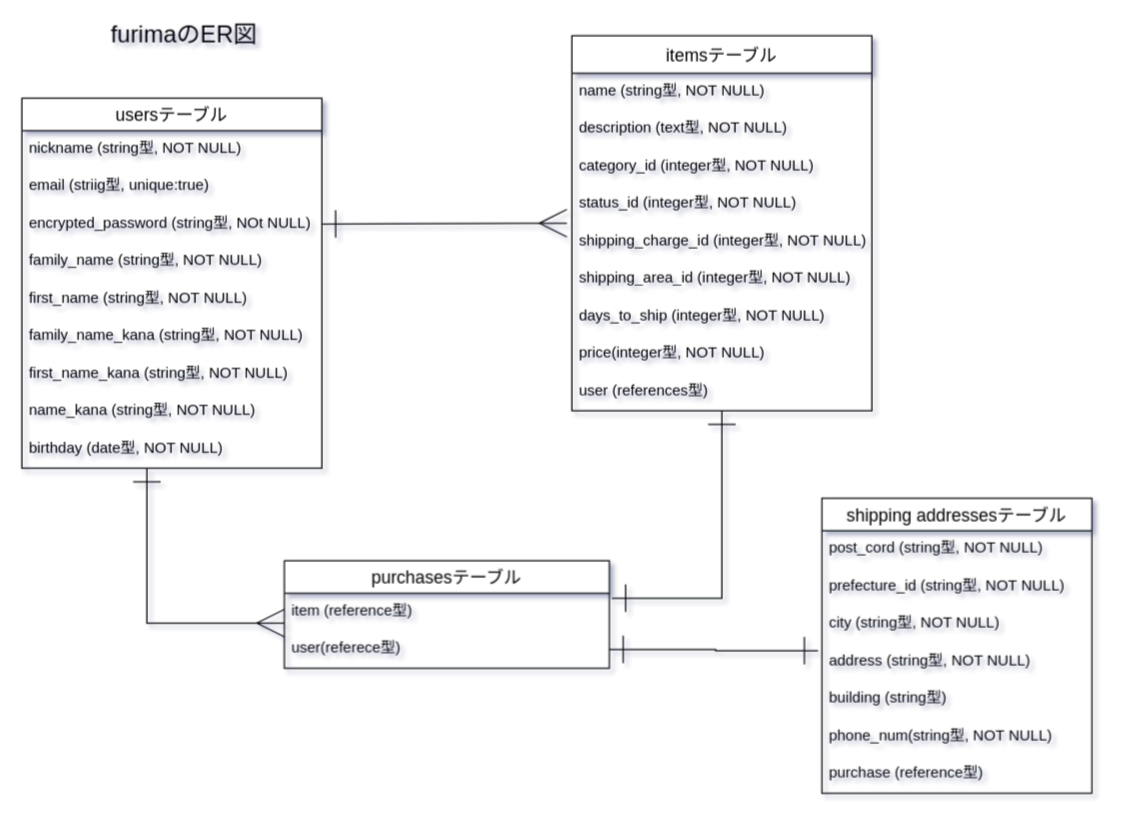
This is ER_figure.dio from takahirohirayama/furima-34430, a draw.io file, before an edit. Source tidied: cells renumbered, new cells numbered last; positions are measured from the earlier drawing's top-left corner, leaving out a move shared by most shapes. Both pictures are drawn from the tidied source at 125%, with x=0, y=0 at pixel (21, 22).
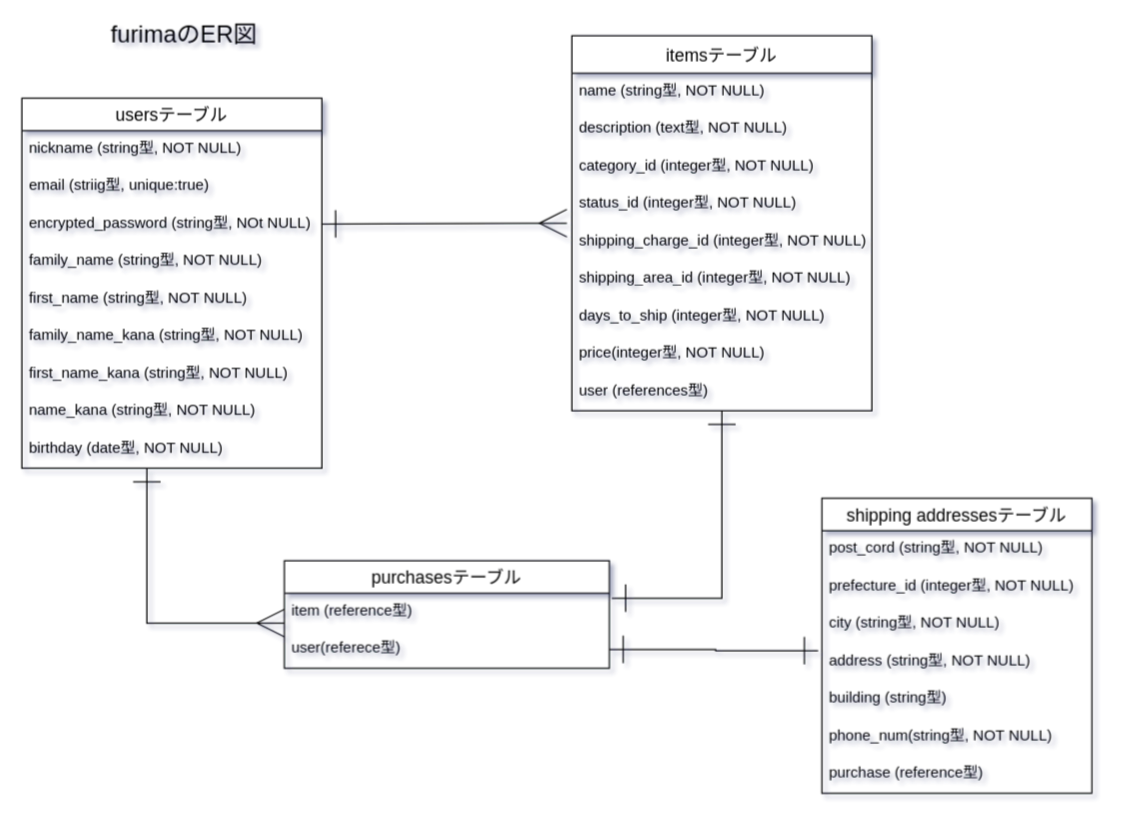
The same page after the edit.

Commit message (it also covers changes not shown here):
ER図、README修正

The change refers to these unchanged cells:
```xml
<mxCell id="29" value="shipping addressesテーブル" style="swimlane;fontStyle=0;horizontal=1;startSize=26;align=center;fontSize=14;" parent="1" vertex="1">
  <mxGeometry x="640" y="380" width="216" height="236" as="geometry" />
</mxCell>
```

The edit, as a diff of the source:
```diff
@@
-    <mxCell id="31" value="prefecture_id (string型, NOT NULL)" style="text;strokeColor=none;fillColor=none;spacingLeft=4;spacingRight=4;overflow=hidden;fontSize=12;" parent="29" vertex="1">
+    <mxCell id="31" value="prefecture_id (integer型, NOT NULL)" style="text;strokeColor=none;fillColor=none;spacingLeft=4;spacingRight=4;overflow=hidden;fontSize=12;" parent="29" vertex="1">
       <mxGeometry y="56" width="216" height="30" as="geometry" />
     </mxCell>
```
